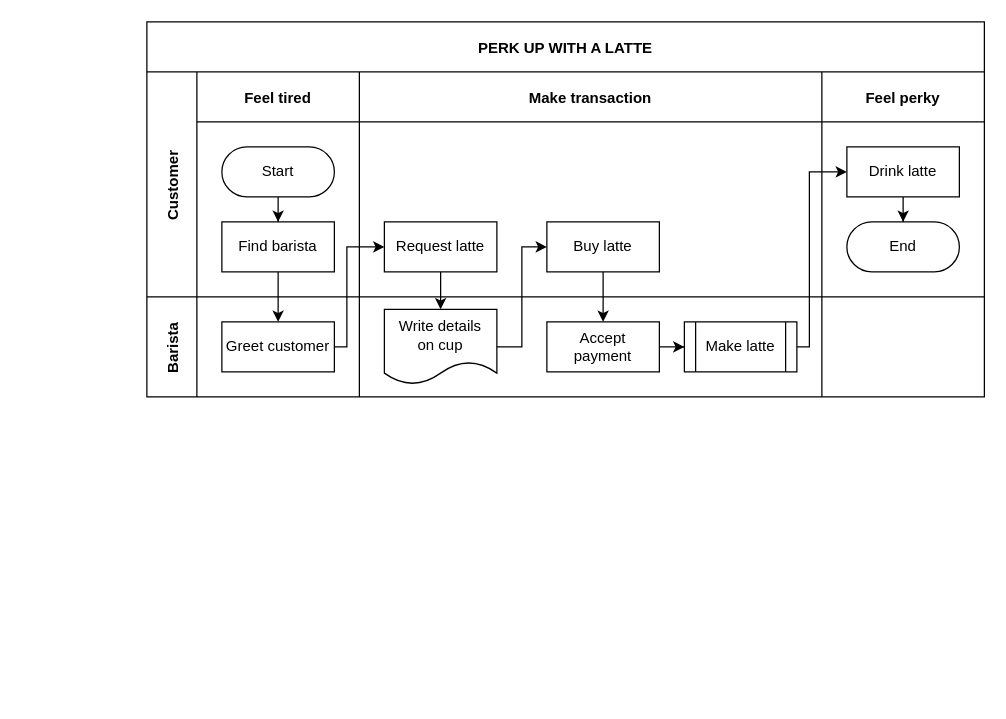
Above: .github/Diagrama sin título.drawio in BogdanNecatu/diagramas (draw.io), before the change. Source tidied: cells renumbered, new cells numbered last; positions are measured from the earlier drawing's top-left corner, leaving out a move shared by most shapes. Both pictures are drawn from the tidied source at 125%, with x=0, y=0 at pixel (146, 21).
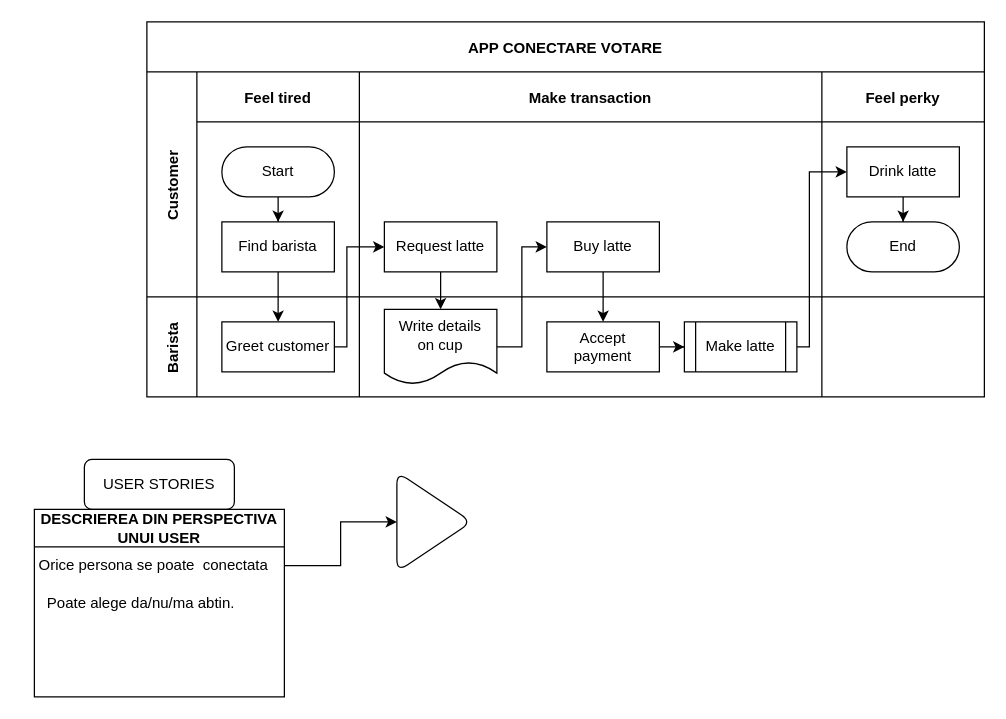
After the change.

The edit, as a diff of the source:
```diff
@@
-    <mxCell id="2" value="PERK UP WITH A LATTE" style="shape=table;childLayout=tableLayout;startSize=40;fillColor=none;fontStyle=1;" parent="1" vertex="1">
+    <mxCell id="2" value="APP CONECTARE VOTARE" style="shape=table;childLayout=tableLayout;startSize=40;fillColor=none;fontStyle=1;" parent="1" vertex="1">
       <mxGeometry width="670" height="300" as="geometry" />
     </mxCell>
@@
+    <mxCell id="30" value="USER STORIES" style="rounded=1;whiteSpace=wrap;html=1;shadow=0;glass=0;" parent="1" vertex="1">
+      <mxGeometry x="-50" y="350" width="120" height="40" as="geometry" />
+    </mxCell>
+    <mxCell id="31" value="DESCRIEREA DIN PERSPECTIVA UNUI USER" style="swimlane;whiteSpace=wrap;html=1;startSize=30;" parent="1" vertex="1">
+      <mxGeometry x="-90" y="390" width="200" height="150" as="geometry" />
+    </mxCell>
+    <mxCell id="32" value="Poate alege da/nu/ma abtin." style="text;html=1;align=center;verticalAlign=middle;strokeColor=none;fillColor=none;" parent="31" vertex="1">
+      <mxGeometry y="60" width="170" height="30" as="geometry" />
+    </mxCell>
+    <mxCell id="33" value="Orice persona se poate&amp;nbsp;&amp;nbsp;conectata" style="text;html=1;align=center;verticalAlign=middle;points=[];strokeColor=none;fillColor=none;" parent="31" vertex="1">
+      <mxGeometry x="-10" y="30" width="210" height="30" as="geometry" />
+    </mxCell>
+    <mxCell id="34" style="triangle;whiteSpace=wrap;html=1;rounded=1;shadow=0;glass=0;sketch=0;" parent="1" vertex="1">
+      <mxGeometry x="200" y="360" width="60" height="80" as="geometry" />
+    </mxCell>
+    <mxCell id="35" style="edgeStyle=orthogonalEdgeStyle;rounded=0;jettySize=auto;html=1;" parent="1" edge="1" source="33" target="34">
+      <mxGeometry relative="1" as="geometry" />
+    </mxCell>
```
